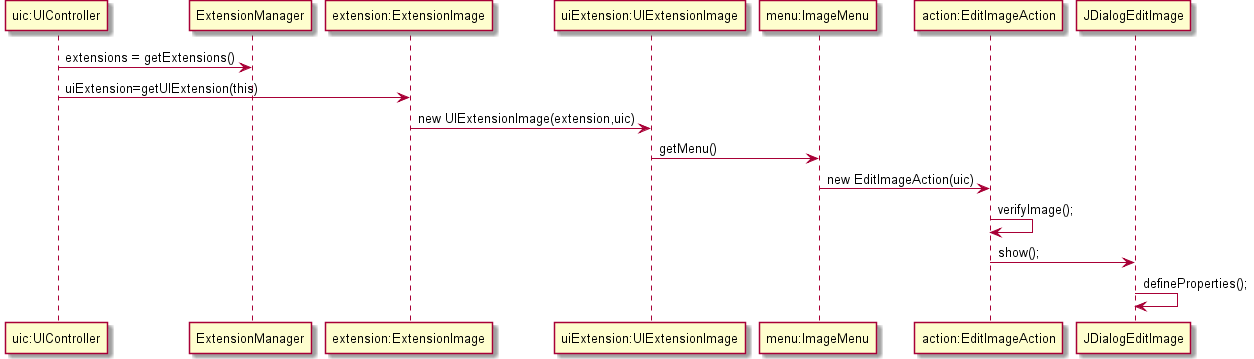
Earlier version of the PlantUML export src/csheets/userstories/us020/doc-files/us020_design1.png (BeatrizSeabra/Project_Excel_Java). Source of this version:
```plantuml
@startuml doc-files/us020_design1.png
   "uic:UIController" -> ExtensionManager : extensions = getExtensions()
   "uic:UIController" -> "extension:ExtensionImage" : uiExtension=getUIExtension(this)
   "extension:ExtensionImage" -> "uiExtension:UIExtensionImage" : new UIExtensionImage(extension,uic)
   "uiExtension:UIExtensionImage" -> "menu:ImageMenu" : getMenu()
   "menu:ImageMenu" -> "action:EditImageAction" : new EditImageAction(uic)
   "action:EditImageAction" -> "action:EditImageAction" : verifyImage();
   "action:EditImageAction" -> "JDialogEditImage" : show();
   "JDialogEditImage" -> "JDialogEditImage" : defineProperties();
@enduml
```
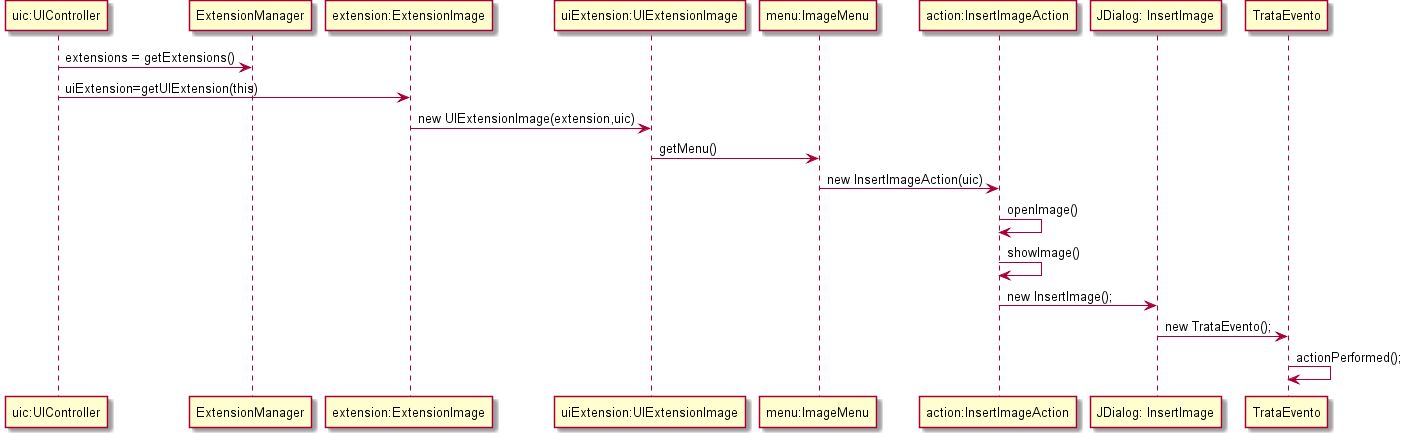
Later version of the same file.

Change to the diagram source:
```diff
@@ -3,8 +3,10 @@
    "uic:UIController" -> "extension:ExtensionImage" : uiExtension=getUIExtension(this)
    "extension:ExtensionImage" -> "uiExtension:UIExtensionImage" : new UIExtensionImage(extension,uic)
    "uiExtension:UIExtensionImage" -> "menu:ImageMenu" : getMenu()
-   "menu:ImageMenu" -> "action:EditImageAction" : new EditImageAction(uic)
-   "action:EditImageAction" -> "action:EditImageAction" : verifyImage();
-   "action:EditImageAction" -> "JDialogEditImage" : show();
-   "JDialogEditImage" -> "JDialogEditImage" : defineProperties();
+   "menu:ImageMenu" -> "action:InsertImageAction" : new InsertImageAction(uic)
+   "action:InsertImageAction" -> "action:InsertImageAction": openImage()
+   "action:InsertImageAction" -> "action:InsertImageAction": showImage()
+   "action:InsertImageAction" -> "JDialog: InsertImage" : new InsertImage();
+   "JDialog: InsertImage" -> "TrataEvento" : new TrataEvento();
+   "TrataEvento" -> "TrataEvento": actionPerformed();
 @enduml
```
